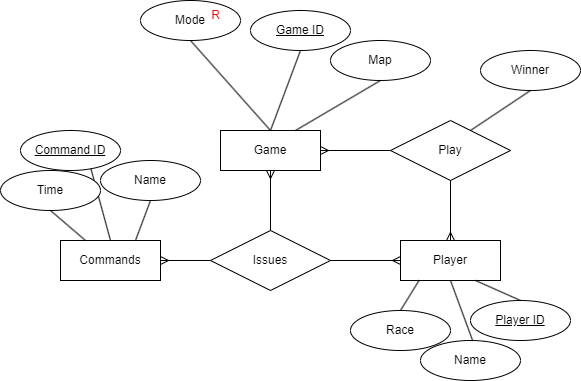
Above: documentation/diagrams/determine_winrates_ER_diagram.drawio.png in StrangeCSprojects/RTSanalytics (draw.io), before the change. Source tidied: cells renumbered, new cells last; positions are measured from the earlier drawing's top-left corner, leaving out a move shared by most shapes.
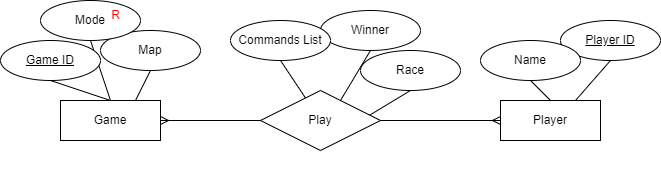
The same file after the commit.

Change to the diagram source:
```diff
@@ -2,96 +2,66 @@
   <root>
     <mxCell id="0" />
     <mxCell id="1" parent="0" />
-    <mxCell id="2" style="endArrow=none;html=1;rounded=0;exitX=0.5;exitY=0;exitDx=0;exitDy=0;entryX=0.702;entryY=0.935;entryDx=0;entryDy=0;entryPerimeter=0;" parent="1" edge="1" source="16" target="3">
-      <mxGeometry relative="1" as="geometry" />
-    </mxCell>
-    <mxCell id="3" value="Command ID" style="ellipse;whiteSpace=wrap;html=1;align=center;fontStyle=4;" parent="1" vertex="1">
-      <mxGeometry x="20" y="130" width="100" height="40" as="geometry" />
-    </mxCell>
     <mxCell id="4" value="Player" style="whiteSpace=wrap;html=1;align=center;" parent="1" vertex="1">
-      <mxGeometry x="400" y="240" width="100" height="40" as="geometry" />
+      <mxGeometry x="630" y="130" width="100" height="40" as="geometry" />
     </mxCell>
     <mxCell id="5" value="Game" style="whiteSpace=wrap;html=1;align=center;" parent="1" vertex="1">
-      <mxGeometry x="220" y="130" width="100" height="40" as="geometry" />
+      <mxGeometry x="190" y="130" width="100" height="40" as="geometry" />
     </mxCell>
     <mxCell id="6" value="Play" style="shape=rhombus;perimeter=rhombusPerimeter;whiteSpace=wrap;html=1;align=center;" parent="1" vertex="1">
       <mxGeometry x="390" y="120" width="120" height="60" as="geometry" />
     </mxCell>
-    <mxCell id="7" style="endArrow=ERmany;html=1;rounded=0;exitX=0.5;exitY=1;exitDx=0;exitDy=0;entryX=0.5;entryY=0;entryDx=0;entryDy=0;endFill=0;" parent="1" edge="1" source="6" target="4">
+    <mxCell id="7" style="endArrow=ERmany;html=1;rounded=0;exitX=1;exitY=0.5;exitDx=0;exitDy=0;entryX=0;entryY=0.5;entryDx=0;entryDy=0;endFill=0;" parent="1" edge="1" source="6" target="4">
       <mxGeometry relative="1" as="geometry" />
     </mxCell>
-    <mxCell id="8" style="endArrow=ERmany;html=1;rounded=0;entryX=1;entryY=0.5;entryDx=0;entryDy=0;endFill=0;" parent="1" edge="1" source="6" target="5">
+    <mxCell id="8" style="endArrow=ERmany;html=1;rounded=0;entryX=1;entryY=0.5;entryDx=0;entryDy=0;endFill=0;exitX=0;exitY=0.5;exitDx=0;exitDy=0;" parent="1" edge="1" source="6" target="5">
       <mxGeometry relative="1" as="geometry" />
     </mxCell>
-    <mxCell id="9" value="Issues" style="shape=rhombus;perimeter=rhombusPerimeter;whiteSpace=wrap;html=1;align=center;" parent="1" vertex="1">
-      <mxGeometry x="210" y="230" width="120" height="60" as="geometry" />
-    </mxCell>
-    <mxCell id="10" style="endArrow=none;html=1;rounded=0;exitX=0.75;exitY=1;exitDx=0;exitDy=0;entryX=0.5;entryY=0;entryDx=0;entryDy=0;" parent="1" edge="1" source="4" target="11">
+    <mxCell id="10" style="endArrow=none;html=1;rounded=0;exitX=0.75;exitY=0;exitDx=0;exitDy=0;entryX=0.5;entryY=1;entryDx=0;entryDy=0;" parent="1" edge="1" source="4" target="11">
       <mxGeometry relative="1" as="geometry" />
     </mxCell>
     <mxCell id="11" value="Player ID" style="ellipse;whiteSpace=wrap;html=1;align=center;fontStyle=4;" parent="1" vertex="1">
-      <mxGeometry x="470" y="300" width="100" height="40" as="geometry" />
+      <mxGeometry x="690" y="50" width="100" height="40" as="geometry" />
     </mxCell>
     <mxCell id="12" value="Name" style="ellipse;whiteSpace=wrap;html=1;align=center;" parent="1" vertex="1">
-      <mxGeometry x="420" y="340" width="100" height="40" as="geometry" />
+      <mxGeometry x="610" y="70" width="100" height="40" as="geometry" />
     </mxCell>
-    <mxCell id="13" style="endArrow=none;html=1;rounded=0;exitX=0.5;exitY=1;exitDx=0;exitDy=0;entryX=0.523;entryY=0.012;entryDx=0;entryDy=0;entryPerimeter=0;" parent="1" edge="1" source="4" target="12">
+    <mxCell id="13" style="endArrow=none;html=1;rounded=0;exitX=0.5;exitY=0;exitDx=0;exitDy=0;entryX=0.5;entryY=1;entryDx=0;entryDy=0;" parent="1" edge="1" source="4" target="12">
       <mxGeometry relative="1" as="geometry" />
     </mxCell>
     <mxCell id="14" value="Race" style="ellipse;whiteSpace=wrap;html=1;align=center;" parent="1" vertex="1">
-      <mxGeometry x="350" y="310" width="100" height="40" as="geometry" />
+      <mxGeometry x="490" y="80" width="100" height="40" as="geometry" />
     </mxCell>
-    <mxCell id="15" style="endArrow=none;html=1;rounded=0;exitX=0.186;exitY=0.997;exitDx=0;exitDy=0;entryX=0.5;entryY=0;entryDx=0;entryDy=0;exitPerimeter=0;" parent="1" edge="1" source="4" target="14">
+    <mxCell id="15" style="endArrow=none;html=1;rounded=0;exitX=0.913;exitY=0.407;exitDx=0;exitDy=0;exitPerimeter=0;entryX=0.5;entryY=1;entryDx=0;entryDy=0;" parent="1" edge="1" source="6" target="14">
       <mxGeometry relative="1" as="geometry" />
     </mxCell>
-    <mxCell id="16" value="Commands" style="whiteSpace=wrap;html=1;align=center;" parent="1" vertex="1">
-      <mxGeometry x="60" y="240" width="100" height="40" as="geometry" />
-    </mxCell>
     <mxCell id="17" value="Map" style="ellipse;whiteSpace=wrap;html=1;align=center;" parent="1" vertex="1">
-      <mxGeometry x="330" y="40" width="100" height="40" as="geometry" />
+      <mxGeometry x="230" y="60" width="100" height="40" as="geometry" />
     </mxCell>
     <mxCell id="18" style="endArrow=none;html=1;rounded=0;exitX=0.75;exitY=0;exitDx=0;exitDy=0;entryX=0.5;entryY=1;entryDx=0;entryDy=0;" parent="1" edge="1" source="5" target="17">
       <mxGeometry relative="1" as="geometry" />
     </mxCell>
-    <mxCell id="19" value="&lt;u&gt;Game ID&lt;/u&gt;" style="ellipse;whiteSpace=wrap;html=1;align=center;" parent="1" vertex="1">
-      <mxGeometry x="250" y="10" width="100" height="40" as="geometry" />
-    </mxCell>
     <mxCell id="20" style="endArrow=none;html=1;rounded=0;exitX=0.5;exitY=0;exitDx=0;exitDy=0;entryX=0.5;entryY=1;entryDx=0;entryDy=0;" parent="1" edge="1" source="5" target="19">
       <mxGeometry relative="1" as="geometry" />
     </mxCell>
     <mxCell id="21" value="Winner" style="ellipse;whiteSpace=wrap;html=1;align=center;" parent="1" vertex="1">
-      <mxGeometry x="480" y="50" width="100" height="40" as="geometry" />
+      <mxGeometry x="450" y="40" width="100" height="40" as="geometry" />
     </mxCell>
     <mxCell id="22" value="Mode" style="ellipse;whiteSpace=wrap;html=1;align=center;" parent="1" vertex="1">
-      <mxGeometry x="140" width="100" height="40" as="geometry" />
+      <mxGeometry x="170" y="30" width="100" height="40" as="geometry" />
     </mxCell>
     <mxCell id="23" style="endArrow=none;html=1;rounded=0;exitX=0.5;exitY=1;exitDx=0;exitDy=0;entryX=0.5;entryY=0;entryDx=0;entryDy=0;" parent="1" edge="1" source="22" target="5">
       <mxGeometry relative="1" as="geometry" />
     </mxCell>
     <mxCell id="24" value="&lt;font color=&quot;#ff0000&quot;&gt;R&lt;/font&gt;" style="text;html=1;align=center;verticalAlign=middle;strokeColor=none;fillColor=none;" parent="1" vertex="1">
-      <mxGeometry x="200" width="30" height="30" as="geometry" />
+      <mxGeometry x="230" y="30" width="30" height="30" as="geometry" />
     </mxCell>
-    <mxCell id="25" style="endArrow=none;html=1;rounded=0;entryX=1;entryY=0.5;entryDx=0;entryDy=0;exitX=0;exitY=0.5;exitDx=0;exitDy=0;endFill=0;startArrow=ERmany;startFill=0;" parent="1" edge="1" source="4" target="9">
-      <mxGeometry relative="1" as="geometry" />
-    </mxCell>
-    <mxCell id="26" style="endArrow=ERmany;html=1;rounded=0;entryX=1;entryY=0.5;entryDx=0;entryDy=0;exitX=0;exitY=0.5;exitDx=0;exitDy=0;endFill=0;" parent="1" edge="1" source="9" target="16">
-      <mxGeometry relative="1" as="geometry" />
-    </mxCell>
-    <mxCell id="27" value="Time" style="ellipse;whiteSpace=wrap;html=1;align=center;" parent="1" vertex="1">
-      <mxGeometry y="170" width="100" height="40" as="geometry" />
-    </mxCell>
-    <mxCell id="28" style="endArrow=none;html=1;rounded=0;exitX=0.5;exitY=1;exitDx=0;exitDy=0;entryX=0.25;entryY=0;entryDx=0;entryDy=0;" parent="1" edge="1" source="27" target="16">
-      <mxGeometry relative="1" as="geometry" />
-    </mxCell>
-    <mxCell id="29" value="Name" style="ellipse;whiteSpace=wrap;html=1;align=center;" parent="1" vertex="1">
-      <mxGeometry x="100" y="160" width="100" height="40" as="geometry" />
+    <mxCell id="29" value="Commands List" style="ellipse;whiteSpace=wrap;html=1;align=center;" parent="1" vertex="1">
+      <mxGeometry x="360" y="50" width="100" height="40" as="geometry" />
     </mxCell>
-    <mxCell id="30" style="endArrow=none;html=1;rounded=0;exitX=0.75;exitY=0;exitDx=0;exitDy=0;entryX=0.5;entryY=1;entryDx=0;entryDy=0;" parent="1" edge="1" source="16" target="29">
+    <mxCell id="30" style="endArrow=none;html=1;rounded=0;entryX=0.5;entryY=1;entryDx=0;entryDy=0;" parent="1" edge="1" source="6" target="29">
       <mxGeometry relative="1" as="geometry" />
     </mxCell>
-    <mxCell id="31" style="endArrow=ERmany;html=1;rounded=0;entryX=0.5;entryY=1;entryDx=0;entryDy=0;exitX=0.5;exitY=0;exitDx=0;exitDy=0;endFill=0;" parent="1" edge="1" source="9" target="5">
-      <mxGeometry relative="1" as="geometry" />
-    </mxCell>
     <mxCell id="32" style="html=1;whiteSpace=wrap;align=right;verticalAlign=bottom;" parent="1" vertex="1">
       <mxGeometry x="290" y="210" as="geometry">
         <mxPoint x="-2" y="26" as="offset" />
@@ -102,5 +72,8 @@
         <mxPoint x="470" y="130" as="sourcePoint" />
       </mxGeometry>
     </mxCell>
+    <mxCell id="19" value="&lt;u&gt;Game ID&lt;/u&gt;" style="ellipse;whiteSpace=wrap;html=1;align=center;" parent="1" vertex="1">
+      <mxGeometry x="130" y="70" width="100" height="40" as="geometry" />
+    </mxCell>
   </root>
 </mxGraphModel>
```
